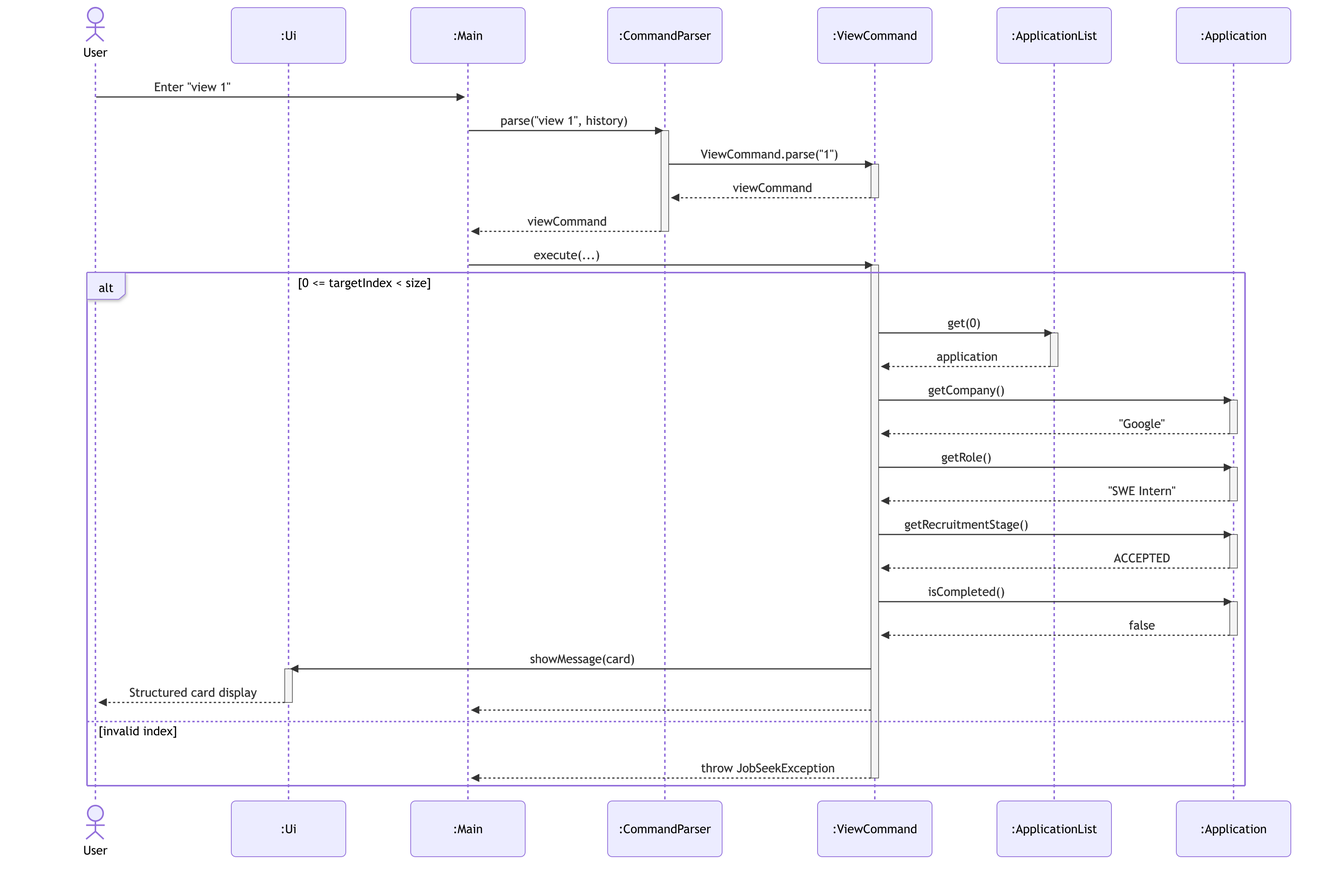
This is docs/diagrams/view-application-sequence.png from AY2627S1-CS2113-T10-2/tp, a Mermaid export, as it was before one commit. Its source is kept beside it as docs/diagrams/sources/view-application-sequence.mmd.
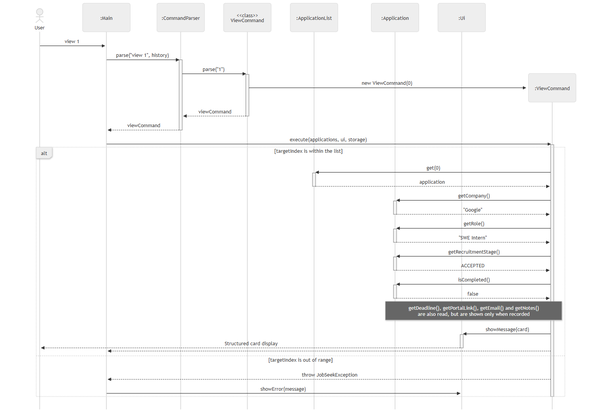
The same file after the commit.

What changed in the source:
```diff
@@ -1,28 +1,28 @@
-%%{init: {'theme': 'default', 'sequence': {'actorMargin': 85, 'messageMargin': 45}}}%%
-%%{init: {'theme': 'default', 'sequence': {'actorMargin': 85, 'messageMargin': 45}}}%%
-%%{init: {'theme': 'default', 'sequence': {'actorMargin': 85, 'messageMargin': 45}}}%%
+%%{init: {'theme': 'neutral', 'sequence': {'mirrorActors': false, 'actorMargin': 60, 'messageMargin': 28}}}%%
 sequenceDiagram
     actor user as User
-    participant ui as :Ui
     participant main as :Main
     participant parser as :CommandParser
-    participant cmd as :ViewCommand
+    participant vcls as <<class>><br/>ViewCommand
     participant list as :ApplicationList
     participant app as :Application
+    participant ui as :Ui
 
-    user->>main: Enter "view 1"
+    user->>main: view 1
     main->>parser: parse("view 1", history)
     activate parser
-    parser->>cmd: ViewCommand.parse("1")
-    activate cmd
-    cmd-->>parser: viewCommand
-    deactivate cmd
+    parser->>vcls: parse("1")
+    activate vcls
+    create participant cmd as :ViewCommand
+    vcls->>cmd: new ViewCommand(0)
+    vcls-->>parser: viewCommand
+    deactivate vcls
     parser-->>main: viewCommand
     deactivate parser
-    main->>cmd: execute(...)
+    main->>cmd: execute(applications, ui, storage)
     activate cmd
 
-    alt 0 <= targetIndex < size
+    alt targetIndex is within the list
         cmd->>list: get(0)
         activate list
         list-->>cmd: application
@@ -43,13 +43,14 @@
         activate app
         app-->>cmd: false
         deactivate app
+        Note over cmd,app: getDeadline(), getPortalLink(), getEmail() and getNotes()<br/>are also read, but are shown only when recorded
         cmd->>ui: showMessage(card)
         activate ui
         ui-->>user: Structured card display
         deactivate ui
         cmd-->>main:
-    else invalid index
+    else targetIndex is out of range
         cmd-->>main: throw JobSeekException
+        main->>ui: showError(message)
     end
-
     deactivate cmd
```
